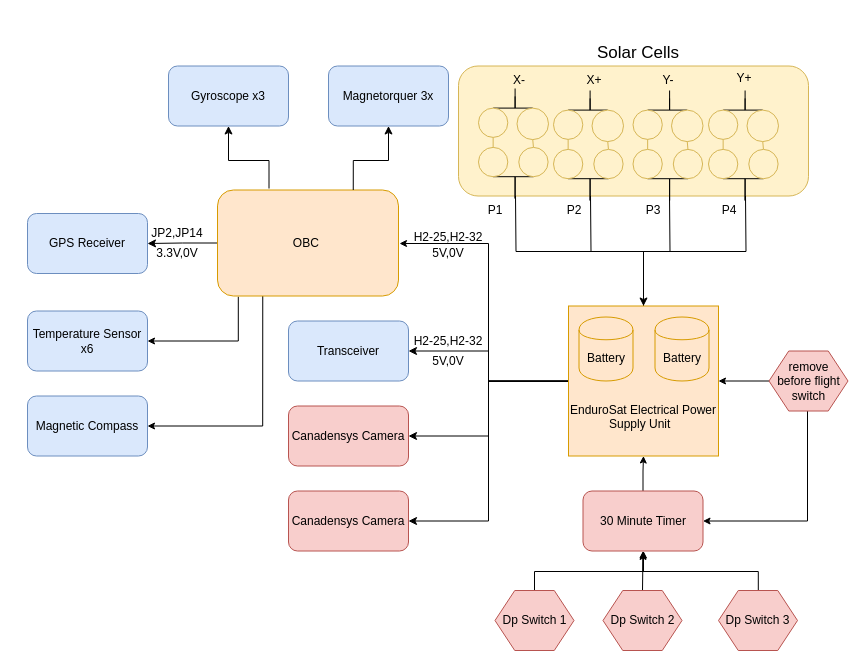
This is Space Segment/EPS/EPS -- Opportunity2018/EPS_BlockDiagram.drawio from cubesat-project/CubeSat, a draw.io file, before an edit. Source tidied: cells renumbered, new cells numbered last; positions are measured from the earlier drawing's top-left corner, leaving out a move shared by most shapes. Both pictures are drawn from the tidied source at 100%, with x=0, y=0 at pixel (27, 17).
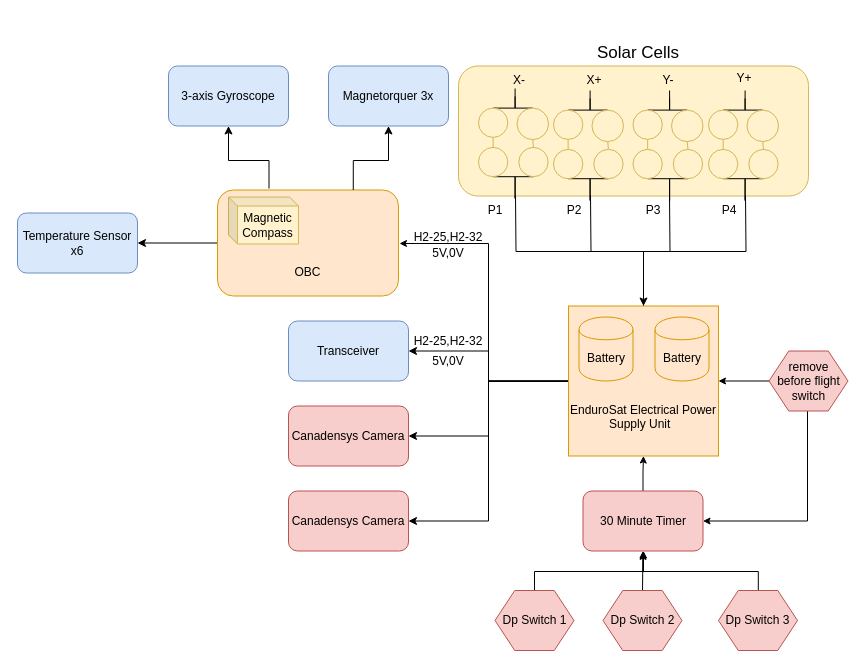
The same page after the edit.

Commit message (it also covers changes not shown here):
Nick Edits PDR

Diff of the diagram source:
```diff
@@
-    <mxCell id="12" style="edgeStyle=orthogonalEdgeStyle;rounded=0;jettySize=auto;html=1;startArrow=none;startFill=0;endArrow=classic;endFill=1;" parent="1" edge="1" source="15" target="76">
-      <mxGeometry relative="1" as="geometry" />
-    </mxCell>
-    <mxCell id="13" style="edgeStyle=orthogonalEdgeStyle;rounded=0;jettySize=auto;html=1;exitX=0.115;exitY=1.007;exitDx=0;exitDy=0;entryX=1;entryY=0.5;entryDx=0;entryDy=0;startArrow=none;startFill=0;endArrow=classic;endFill=1;endSize=5;targetPerimeterSpacing=0;exitPerimeter=0;" parent="1" edge="1" source="15" target="96">
-      <mxGeometry relative="1" as="geometry">
-        <Array as="points">
-          <mxPoint x="210" y="279" />
-          <mxPoint x="210" y="324" />
-        </Array>
-      </mxGeometry>
+    <mxCell id="13" style="edgeStyle=orthogonalEdgeStyle;rounded=0;jettySize=auto;html=1;exitX=0;exitY=0.5;exitDx=0;exitDy=0;entryX=1;entryY=0.5;entryDx=0;entryDy=0;" parent="1" edge="1" source="15" target="96">
+      <mxGeometry relative="1" as="geometry" />
     </mxCell>
-    <mxCell id="14" style="edgeStyle=orthogonalEdgeStyle;rounded=0;jettySize=auto;html=1;exitX=0.25;exitY=1;exitDx=0;exitDy=0;entryX=1;entryY=0.5;entryDx=0;entryDy=0;startArrow=none;startFill=0;endArrow=classic;endFill=1;endSize=5;targetPerimeterSpacing=0;" parent="1" edge="1" source="15" target="97">
-      <mxGeometry relative="1" as="geometry" />
-    </mxCell>
-    <mxCell id="15" value="OBC&amp;nbsp;" style="rounded=1;whiteSpace=wrap;html=1;fillColor=#ffe6cc;strokeColor=#d79b00;" parent="1" vertex="1">
+    <mxCell id="15" value="&lt;br&gt;&lt;br&gt;&lt;br&gt;&lt;br&gt;OBC" style="rounded=1;whiteSpace=wrap;html=1;fillColor=#ffe6cc;strokeColor=#d79b00;" parent="1" vertex="1">
       <mxGeometry x="190" y="172.5" width="181" height="106" as="geometry" />
     </mxCell>
@@
-    <mxCell id="76" value="GPS Receiver" style="rounded=1;whiteSpace=wrap;html=1;fillColor=#dae8fc;strokeColor=#6c8ebf;" parent="1" vertex="1">
-      <mxGeometry y="196" width="120" height="60" as="geometry" />
-    </mxCell>
-    <mxCell id="77" value="JP2,JP14" style="text;html=1;strokeColor=none;fillColor=none;align=center;verticalAlign=middle;whiteSpace=wrap;rounded=0;" parent="1" vertex="1">
-      <mxGeometry x="130" y="206" width="40" height="20" as="geometry" />
-    </mxCell>
-    <mxCell id="78" value="3.3V,0V" style="text;html=1;strokeColor=none;fillColor=none;align=center;verticalAlign=middle;whiteSpace=wrap;rounded=0;" parent="1" vertex="1">
-      <mxGeometry x="130" y="226" width="40" height="20" as="geometry" />
-    </mxCell>
@@
-    <mxCell id="82" value="Gyroscope x3" style="rounded=1;whiteSpace=wrap;html=1;fillColor=#dae8fc;strokeColor=#6c8ebf;" parent="1" vertex="1">
+    <mxCell id="82" value="3-axis Gyroscope" style="rounded=1;whiteSpace=wrap;html=1;fillColor=#dae8fc;strokeColor=#6c8ebf;" parent="1" vertex="1">
       <mxGeometry x="141" y="48.5" width="120" height="60" as="geometry" />
     </mxCell>
@@
     <mxCell id="96" value="Temperature Sensor x6" style="rounded=1;whiteSpace=wrap;html=1;fillColor=#dae8fc;strokeColor=#6c8ebf;" parent="1" vertex="1">
-      <mxGeometry y="293.5" width="120" height="60" as="geometry" />
+      <mxGeometry x="-10" y="195.5" width="120" height="60" as="geometry" />
     </mxCell>
-    <mxCell id="97" value="Magnetic Compass" style="rounded=1;whiteSpace=wrap;html=1;fillColor=#dae8fc;strokeColor=#6c8ebf;" parent="1" vertex="1">
-      <mxGeometry y="378.5" width="120" height="60" as="geometry" />
+    <mxCell id="97" value="Magnetic Compass" style="shape=cube;whiteSpace=wrap;html=1;boundedLbl=1;backgroundOutline=1;darkOpacity=0.05;darkOpacity2=0.1;fillColor=#fff2cc;strokeColor=#d6b656;size=9;" parent="1" vertex="1">
+      <mxGeometry x="201" y="179.5" width="70" height="47" as="geometry" />
     </mxCell>
```
